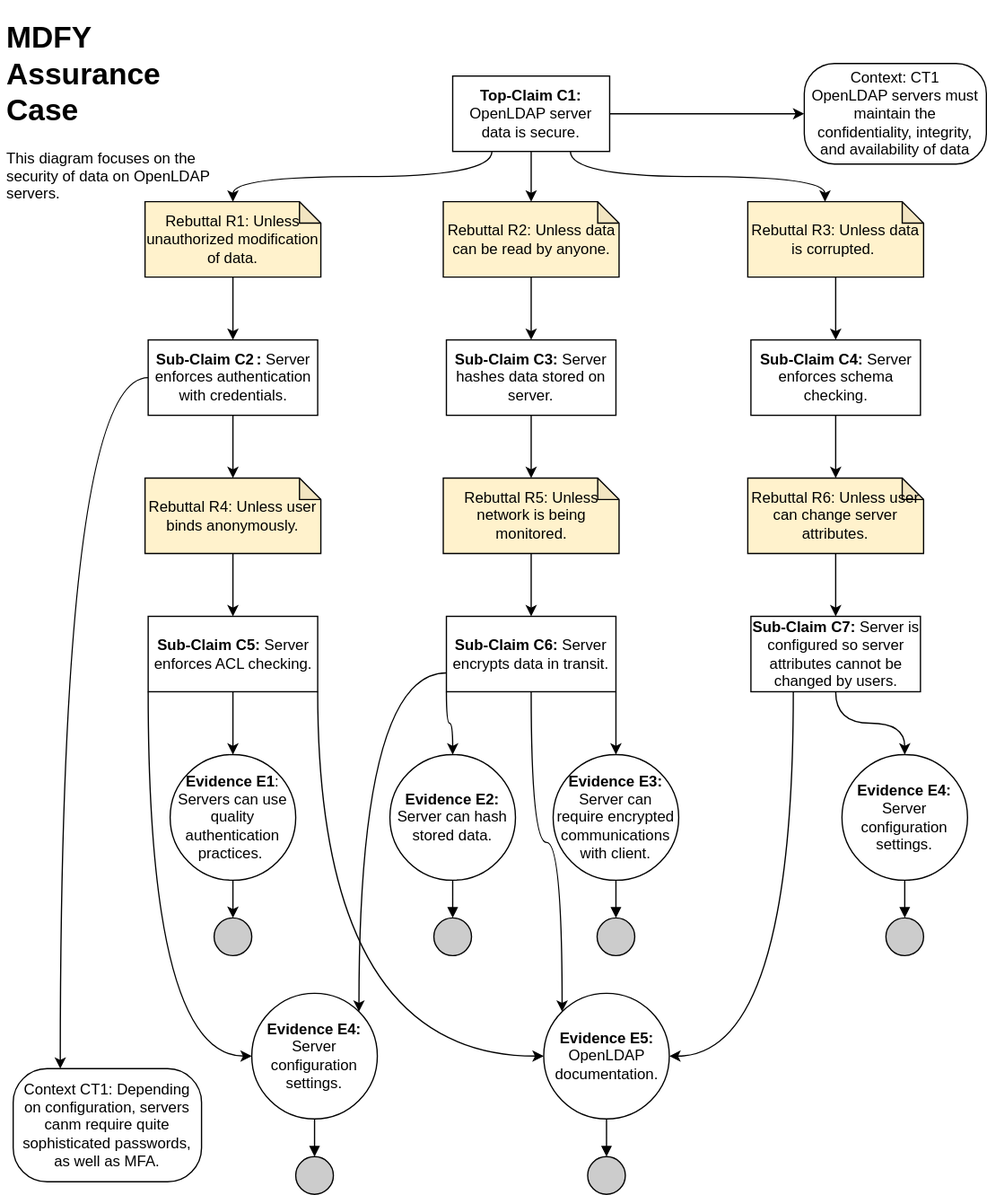
The draw.io diagram images/MDFY_Assurance_Case.drawio.svg in bartelsjoshuac/SAPG, before a commit. Source tidied: cells renumbered, new cells last; positions are measured from the earlier drawing's top-left corner, leaving out a move shared by most shapes. Its diagram source:
```xml
<mxGraphModel>
  <root>
    <mxCell id="0" />
    <mxCell id="1" parent="0" />
    <mxCell id="2" value="&lt;h1&gt;MDFY Assurance Case&lt;/h1&gt;&lt;p&gt;This diagram focuses on the security of data on OpenLDAP servers.&lt;/p&gt;" style="text;html=1;strokeColor=none;fillColor=none;spacing=5;spacingTop=-20;whiteSpace=wrap;overflow=hidden;rounded=0;" parent="1" vertex="1">
      <mxGeometry width="190" height="150" as="geometry" />
    </mxCell>
    <mxCell id="3" style="edgeStyle=orthogonalEdgeStyle;rounded=0;jettySize=auto;html=1;exitX=1;exitY=0.5;exitDx=0;exitDy=0;entryX=0;entryY=0.5;entryDx=0;entryDy=0;" parent="1" edge="1" source="5" target="6">
      <mxGeometry relative="1" as="geometry" />
    </mxCell>
    <mxCell id="4" style="edgeStyle=orthogonalEdgeStyle;rounded=0;jettySize=auto;html=1;exitX=0.25;exitY=1;exitDx=0;exitDy=0;elbow=vertical;curved=1;" parent="1" edge="1" source="5" target="16">
      <mxGeometry relative="1" as="geometry" />
    </mxCell>
    <mxCell id="5" value="&lt;b&gt;Top-Claim C1:&lt;br&gt;&lt;/b&gt;OpenLDAP server data is secure." style="rounded=0;whiteSpace=wrap;html=1;" parent="1" vertex="1">
      <mxGeometry x="360" y="50" width="125" height="60" as="geometry" />
    </mxCell>
    <mxCell id="6" value="Context: CT1&lt;br&gt;OpenLDAP servers must maintain the confidentiality, integrity, and availability of data&lt;br&gt;" style="rounded=1;whiteSpace=wrap;html=1;arcSize=30;" parent="1" vertex="1">
      <mxGeometry x="640" y="40" width="145" height="80" as="geometry" />
    </mxCell>
    <mxCell id="7" style="edgeStyle=orthogonalEdgeStyle;rounded=0;jettySize=auto;html=1;exitX=0.5;exitY=1;exitDx=0;exitDy=0;entryX=0.5;entryY=0;entryDx=0;entryDy=0;" parent="1" edge="1" source="8" target="11">
      <mxGeometry relative="1" as="geometry" />
    </mxCell>
    <mxCell id="8" value="&lt;b&gt;Evidence E1&lt;/b&gt;:&lt;br&gt;Servers can use quality authentication practices.&amp;nbsp;" style="ellipse;whiteSpace=wrap;html=1;fillColor=#ffffff;rounded=0;" parent="1" vertex="1">
      <mxGeometry x="135" y="590" width="100" height="100" as="geometry" />
    </mxCell>
    <mxCell id="9" style="edgeStyle=orthogonalEdgeStyle;curved=1;rounded=0;jettySize=auto;html=1;entryX=0.5;entryY=0;entryDx=0;entryDy=0;endArrow=block;endFill=1;" parent="1" edge="1" source="10" target="12">
      <mxGeometry relative="1" as="geometry" />
    </mxCell>
    <mxCell id="10" value="&lt;b&gt;Evidence E5:&lt;/b&gt;&lt;br&gt;OpenLDAP documentation." style="ellipse;whiteSpace=wrap;html=1;fillColor=#ffffff;rounded=0;" parent="1" vertex="1">
      <mxGeometry x="432.5" y="780" width="100" height="100" as="geometry" />
    </mxCell>
    <mxCell id="11" style="ellipse;whiteSpace=wrap;html=1;fillColor=#CCCCCC;" parent="1" vertex="1">
      <mxGeometry x="170" y="720" width="30" height="30" as="geometry" />
    </mxCell>
    <mxCell id="12" style="ellipse;whiteSpace=wrap;html=1;fillColor=#CCCCCC;" parent="1" vertex="1">
      <mxGeometry x="467.5" y="910" width="30" height="30" as="geometry" />
    </mxCell>
    <mxCell id="13" style="edgeStyle=orthogonalEdgeStyle;rounded=0;jettySize=auto;html=1;exitX=0;exitY=0.5;exitDx=0;exitDy=0;entryX=0.25;entryY=0;entryDx=0;entryDy=0;curved=1;" parent="1" edge="1" source="14" target="58">
      <mxGeometry relative="1" as="geometry" />
    </mxCell>
    <mxCell id="14" value="&lt;b&gt;Sub-Claim C2&lt;span style=&quot;white-space: pre;&quot;&gt;&#9;&lt;/span&gt;: &lt;/b&gt;Server enforces authentication with credentials." style="rounded=0;whiteSpace=wrap;html=1;" parent="1" vertex="1">
      <mxGeometry x="117.5" y="260" width="135" height="60" as="geometry" />
    </mxCell>
    <mxCell id="15" style="edgeStyle=orthogonalEdgeStyle;rounded=0;jettySize=auto;html=1;exitX=0.5;exitY=1;exitDx=0;exitDy=0;exitPerimeter=0;entryX=0.5;entryY=0;entryDx=0;entryDy=0;" parent="1" edge="1" source="16" target="14">
      <mxGeometry relative="1" as="geometry" />
    </mxCell>
    <mxCell id="16" value="Rebuttal R1: Unless unauthorized modification of data." style="shape=note;whiteSpace=wrap;html=1;backgroundOutline=1;darkOpacity=0.05;size=17;fillColor=#FFF2CC;" parent="1" vertex="1">
      <mxGeometry x="115" y="150" width="140" height="60" as="geometry" />
    </mxCell>
    <mxCell id="17" style="edgeStyle=orthogonalEdgeStyle;rounded=0;jettySize=auto;html=1;exitX=0.5;exitY=1;exitDx=0;exitDy=0;exitPerimeter=0;entryX=0.5;entryY=0;entryDx=0;entryDy=0;" parent="1" edge="1" source="18" target="23">
      <mxGeometry relative="1" as="geometry" />
    </mxCell>
    <mxCell id="18" value="Rebuttal R3: Unless data is corrupted.&amp;nbsp;" style="shape=note;whiteSpace=wrap;html=1;backgroundOutline=1;darkOpacity=0.05;size=17;fillColor=#FFF2CC;" parent="1" vertex="1">
      <mxGeometry x="595" y="150" width="140" height="60" as="geometry" />
    </mxCell>
    <mxCell id="19" style="edgeStyle=orthogonalEdgeStyle;rounded=0;jettySize=auto;html=1;exitX=0.5;exitY=1;exitDx=0;exitDy=0;exitPerimeter=0;entryX=0.5;entryY=0;entryDx=0;entryDy=0;" parent="1" edge="1" source="20" target="26">
      <mxGeometry relative="1" as="geometry" />
    </mxCell>
    <mxCell id="20" value="Rebuttal R2: Unless data can be read by anyone." style="shape=note;whiteSpace=wrap;html=1;backgroundOutline=1;darkOpacity=0.05;size=17;fillColor=#FFF2CC;" parent="1" vertex="1">
      <mxGeometry x="352.5" y="150" width="140" height="60" as="geometry" />
    </mxCell>
    <mxCell id="21" style="edgeStyle=orthogonalEdgeStyle;rounded=0;jettySize=auto;html=1;exitX=0.5;exitY=1;exitDx=0;exitDy=0;exitPerimeter=0;entryX=0.5;entryY=0;entryDx=0;entryDy=0;" parent="1" edge="1" source="22" target="31">
      <mxGeometry relative="1" as="geometry" />
    </mxCell>
    <mxCell id="22" value="Rebuttal R5: Unless network is being monitored." style="shape=note;whiteSpace=wrap;html=1;backgroundOutline=1;darkOpacity=0.05;size=17;fillColor=#FFF2CC;" parent="1" vertex="1">
      <mxGeometry x="352.5" y="370" width="140" height="60" as="geometry" />
    </mxCell>
    <mxCell id="23" value="&lt;b&gt;Sub-Claim C4: &lt;/b&gt;Server enforces schema checking." style="rounded=0;whiteSpace=wrap;html=1;" parent="1" vertex="1">
      <mxGeometry x="597.5" y="260" width="135" height="60" as="geometry" />
    </mxCell>
    <mxCell id="24" style="edgeStyle=orthogonalEdgeStyle;rounded=0;jettySize=auto;html=1;exitX=0.5;exitY=1;exitDx=0;exitDy=0;exitPerimeter=0;entryX=0.5;entryY=0;entryDx=0;entryDy=0;" parent="1" edge="1" source="25" target="35">
      <mxGeometry relative="1" as="geometry" />
    </mxCell>
    <mxCell id="25" value="Rebuttal R4: Unless user binds anonymously." style="shape=note;whiteSpace=wrap;html=1;backgroundOutline=1;darkOpacity=0.05;size=17;fillColor=#FFF2CC;" parent="1" vertex="1">
      <mxGeometry x="115" y="370" width="140" height="60" as="geometry" />
    </mxCell>
    <mxCell id="26" value="&lt;b&gt;Sub-Claim C3: &lt;/b&gt;Server hashes data stored on server." style="rounded=0;whiteSpace=wrap;html=1;" parent="1" vertex="1">
      <mxGeometry x="355" y="260" width="135" height="60" as="geometry" />
    </mxCell>
    <mxCell id="27" style="edgeStyle=orthogonalEdgeStyle;rounded=0;jettySize=auto;html=1;exitX=0;exitY=1;exitDx=0;exitDy=0;entryX=0.5;entryY=0;entryDx=0;entryDy=0;curved=1;" parent="1" edge="1" source="31" target="44">
      <mxGeometry relative="1" as="geometry" />
    </mxCell>
    <mxCell id="28" style="edgeStyle=orthogonalEdgeStyle;rounded=0;jettySize=auto;html=1;exitX=1;exitY=1;exitDx=0;exitDy=0;entryX=0.5;entryY=0;entryDx=0;entryDy=0;" parent="1" edge="1" source="31" target="47">
      <mxGeometry relative="1" as="geometry" />
    </mxCell>
    <mxCell id="29" style="edgeStyle=orthogonalEdgeStyle;rounded=0;jettySize=auto;html=1;exitX=0.5;exitY=1;exitDx=0;exitDy=0;entryX=0;entryY=0;entryDx=0;entryDy=0;curved=1;" parent="1" edge="1" source="31" target="10">
      <mxGeometry relative="1" as="geometry" />
    </mxCell>
    <mxCell id="30" style="edgeStyle=orthogonalEdgeStyle;rounded=0;jettySize=auto;html=1;exitX=0;exitY=0.75;exitDx=0;exitDy=0;entryX=1;entryY=0;entryDx=0;entryDy=0;curved=1;" parent="1" edge="1" source="31" target="56">
      <mxGeometry relative="1" as="geometry" />
    </mxCell>
    <mxCell id="31" value="&lt;b&gt;Sub-Claim C6: &lt;/b&gt;Server encrypts data in transit." style="rounded=0;whiteSpace=wrap;html=1;" parent="1" vertex="1">
      <mxGeometry x="355" y="480" width="135" height="60" as="geometry" />
    </mxCell>
    <mxCell id="32" style="edgeStyle=orthogonalEdgeStyle;rounded=0;jettySize=auto;html=1;exitX=0.5;exitY=1;exitDx=0;exitDy=0;entryX=0.5;entryY=0;entryDx=0;entryDy=0;" parent="1" edge="1" source="35" target="8">
      <mxGeometry relative="1" as="geometry" />
    </mxCell>
    <mxCell id="33" style="edgeStyle=orthogonalEdgeStyle;rounded=0;jettySize=auto;html=1;exitX=1;exitY=1;exitDx=0;exitDy=0;entryX=0;entryY=0.5;entryDx=0;entryDy=0;curved=1;" parent="1" edge="1" source="35" target="10">
      <mxGeometry relative="1" as="geometry" />
    </mxCell>
    <mxCell id="34" style="edgeStyle=orthogonalEdgeStyle;rounded=0;jettySize=auto;html=1;exitX=0;exitY=1;exitDx=0;exitDy=0;entryX=0;entryY=0.5;entryDx=0;entryDy=0;curved=1;" parent="1" edge="1" source="35" target="56">
      <mxGeometry relative="1" as="geometry" />
    </mxCell>
    <mxCell id="35" value="&lt;b&gt;Sub-Claim C5: &lt;/b&gt;Server enforces ACL checking." style="rounded=0;whiteSpace=wrap;html=1;" parent="1" vertex="1">
      <mxGeometry x="117.5" y="480" width="135" height="60" as="geometry" />
    </mxCell>
    <mxCell id="36" style="edgeStyle=orthogonalEdgeStyle;rounded=0;jettySize=auto;html=1;exitX=0.5;exitY=1;exitDx=0;exitDy=0;entryX=0.5;entryY=0;entryDx=0;entryDy=0;entryPerimeter=0;curved=1;" parent="1" edge="1" source="5" target="20">
      <mxGeometry relative="1" as="geometry" />
    </mxCell>
    <mxCell id="37" style="edgeStyle=orthogonalEdgeStyle;rounded=0;jettySize=auto;html=1;exitX=0.5;exitY=1;exitDx=0;exitDy=0;entryX=0.5;entryY=0;entryDx=0;entryDy=0;entryPerimeter=0;" parent="1" edge="1" source="14" target="25">
      <mxGeometry relative="1" as="geometry" />
    </mxCell>
    <mxCell id="38" style="edgeStyle=orthogonalEdgeStyle;rounded=0;jettySize=auto;html=1;exitX=0.5;exitY=1;exitDx=0;exitDy=0;entryX=0.5;entryY=0;entryDx=0;entryDy=0;entryPerimeter=0;" parent="1" edge="1" source="26" target="22">
      <mxGeometry relative="1" as="geometry" />
    </mxCell>
    <mxCell id="39" style="edgeStyle=orthogonalEdgeStyle;rounded=0;jettySize=auto;html=1;exitX=0.75;exitY=1;exitDx=0;exitDy=0;entryX=0;entryY=0;entryDx=61.5;entryDy=0;entryPerimeter=0;curved=1;" parent="1" edge="1" source="5" target="18">
      <mxGeometry relative="1" as="geometry" />
    </mxCell>
    <mxCell id="40" style="edgeStyle=orthogonalEdgeStyle;curved=1;rounded=0;jettySize=auto;html=1;entryX=0.5;entryY=0;entryDx=0;entryDy=0;endArrow=block;endFill=1;" parent="1" edge="1" source="41" target="42">
      <mxGeometry relative="1" as="geometry" />
    </mxCell>
    <mxCell id="41" value="&lt;b&gt;Evidence E4: &lt;/b&gt;Server configuration settings." style="ellipse;whiteSpace=wrap;html=1;fillColor=#ffffff;rounded=0;" parent="1" vertex="1">
      <mxGeometry x="670" y="590" width="100" height="100" as="geometry" />
    </mxCell>
    <mxCell id="42" style="ellipse;whiteSpace=wrap;html=1;fillColor=#CCCCCC;" parent="1" vertex="1">
      <mxGeometry x="705" y="720" width="30" height="30" as="geometry" />
    </mxCell>
    <mxCell id="43" style="edgeStyle=orthogonalEdgeStyle;curved=1;rounded=0;jettySize=auto;html=1;entryX=0.5;entryY=0;entryDx=0;entryDy=0;endArrow=block;endFill=1;" parent="1" edge="1" source="44" target="45">
      <mxGeometry relative="1" as="geometry" />
    </mxCell>
    <mxCell id="44" value="&lt;b&gt;Evidence E2:&lt;/b&gt;&lt;br&gt;Server can hash stored data." style="ellipse;whiteSpace=wrap;html=1;fillColor=#ffffff;rounded=0;" parent="1" vertex="1">
      <mxGeometry x="310" y="590" width="100" height="100" as="geometry" />
    </mxCell>
    <mxCell id="45" style="ellipse;whiteSpace=wrap;html=1;fillColor=#CCCCCC;" parent="1" vertex="1">
      <mxGeometry x="345" y="720" width="30" height="30" as="geometry" />
    </mxCell>
    <mxCell id="46" style="edgeStyle=orthogonalEdgeStyle;curved=1;rounded=0;jettySize=auto;html=1;entryX=0.5;entryY=0;entryDx=0;entryDy=0;endArrow=block;endFill=1;" parent="1" edge="1" source="47" target="48">
      <mxGeometry relative="1" as="geometry" />
    </mxCell>
    <mxCell id="47" value="&lt;b&gt;Evidence E3:&lt;/b&gt;&lt;br&gt;Server can require encrypted communications with client." style="ellipse;whiteSpace=wrap;html=1;fillColor=#ffffff;rounded=0;" parent="1" vertex="1">
      <mxGeometry x="440" y="590" width="100" height="100" as="geometry" />
    </mxCell>
    <mxCell id="48" style="ellipse;whiteSpace=wrap;html=1;fillColor=#CCCCCC;" parent="1" vertex="1">
      <mxGeometry x="475" y="720" width="30" height="30" as="geometry" />
    </mxCell>
    <mxCell id="49" style="edgeStyle=orthogonalEdgeStyle;rounded=0;jettySize=auto;html=1;exitX=0.5;exitY=1;exitDx=0;exitDy=0;exitPerimeter=0;entryX=0.5;entryY=0;entryDx=0;entryDy=0;" parent="1" edge="1" source="50" target="54">
      <mxGeometry relative="1" as="geometry" />
    </mxCell>
    <mxCell id="50" value="Rebuttal R6: Unless user can change server attributes." style="shape=note;whiteSpace=wrap;html=1;backgroundOutline=1;darkOpacity=0.05;size=17;fillColor=#FFF2CC;" parent="1" vertex="1">
      <mxGeometry x="595" y="370" width="140" height="60" as="geometry" />
    </mxCell>
    <mxCell id="51" style="edgeStyle=orthogonalEdgeStyle;rounded=0;jettySize=auto;html=1;exitX=0.5;exitY=1;exitDx=0;exitDy=0;entryX=0.5;entryY=0;entryDx=0;entryDy=0;entryPerimeter=0;" parent="1" edge="1" source="23" target="50">
      <mxGeometry relative="1" as="geometry" />
    </mxCell>
    <mxCell id="52" style="edgeStyle=orthogonalEdgeStyle;rounded=0;jettySize=auto;html=1;exitX=0.5;exitY=1;exitDx=0;exitDy=0;entryX=0.5;entryY=0;entryDx=0;entryDy=0;curved=1;" parent="1" edge="1" source="54" target="41">
      <mxGeometry relative="1" as="geometry" />
    </mxCell>
    <mxCell id="53" style="edgeStyle=orthogonalEdgeStyle;rounded=0;jettySize=auto;html=1;exitX=0.25;exitY=1;exitDx=0;exitDy=0;entryX=1;entryY=0.5;entryDx=0;entryDy=0;curved=1;" parent="1" edge="1" source="54" target="10">
      <mxGeometry relative="1" as="geometry" />
    </mxCell>
    <mxCell id="54" value="&lt;b&gt;Sub-Claim C7: &lt;/b&gt;Server is configured so server attributes cannot be changed by users." style="rounded=0;whiteSpace=wrap;html=1;" parent="1" vertex="1">
      <mxGeometry x="597.5" y="480" width="135" height="60" as="geometry" />
    </mxCell>
    <mxCell id="55" style="edgeStyle=orthogonalEdgeStyle;curved=1;rounded=0;jettySize=auto;html=1;entryX=0.5;entryY=0;entryDx=0;entryDy=0;endArrow=block;endFill=1;" parent="1" edge="1" source="56" target="57">
      <mxGeometry relative="1" as="geometry" />
    </mxCell>
    <mxCell id="56" value="&lt;b&gt;Evidence E4: &lt;/b&gt;Server configuration settings." style="ellipse;whiteSpace=wrap;html=1;fillColor=#ffffff;rounded=0;" parent="1" vertex="1">
      <mxGeometry x="200" y="780" width="100" height="100" as="geometry" />
    </mxCell>
    <mxCell id="57" style="ellipse;whiteSpace=wrap;html=1;fillColor=#CCCCCC;" parent="1" vertex="1">
      <mxGeometry x="235" y="910" width="30" height="30" as="geometry" />
    </mxCell>
    <mxCell id="58" value="Context CT1: Depending on configuration, servers canm require quite sophisticated passwords, as well as MFA." style="rounded=1;whiteSpace=wrap;html=1;arcSize=30;" parent="1" vertex="1">
      <mxGeometry x="10" y="840" width="150" height="90" as="geometry" />
    </mxCell>
  </root>
</mxGraphModel>
```
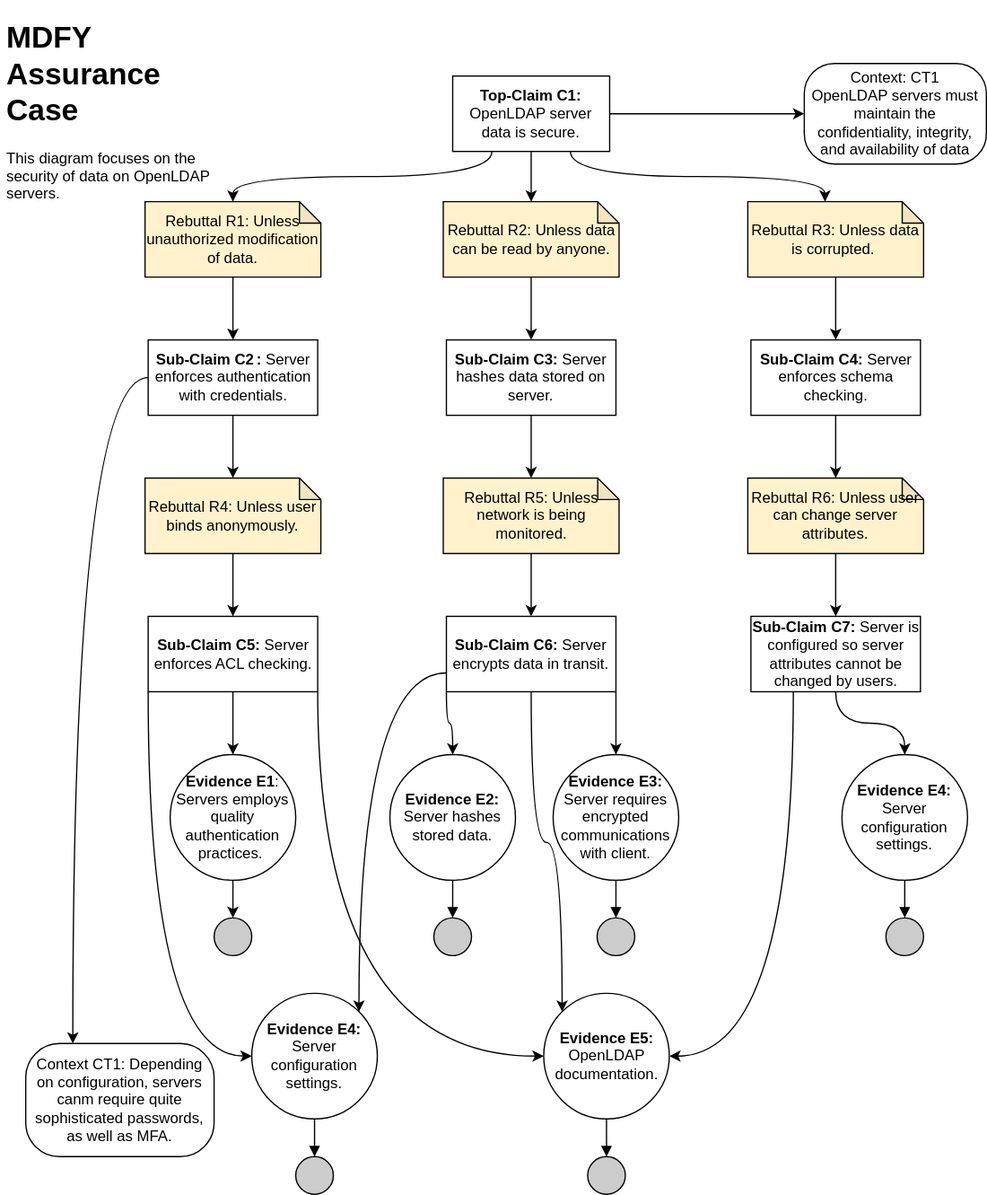
Later version of the same file.

Diff of the diagram source:
```diff
@@ -20,7 +20,7 @@
     <mxCell id="7" style="edgeStyle=orthogonalEdgeStyle;rounded=0;jettySize=auto;html=1;exitX=0.5;exitY=1;exitDx=0;exitDy=0;entryX=0.5;entryY=0;entryDx=0;entryDy=0;" parent="1" edge="1" source="8" target="11">
       <mxGeometry relative="1" as="geometry" />
     </mxCell>
-    <mxCell id="8" value="&lt;b&gt;Evidence E1&lt;/b&gt;:&lt;br&gt;Servers can use quality authentication practices.&amp;nbsp;" style="ellipse;whiteSpace=wrap;html=1;fillColor=#ffffff;rounded=0;" parent="1" vertex="1">
+    <mxCell id="8" value="&lt;b&gt;Evidence E1&lt;/b&gt;:&lt;br&gt;Servers employs quality authentication practices.&amp;nbsp;" style="ellipse;whiteSpace=wrap;html=1;fillColor=#ffffff;rounded=0;" parent="1" vertex="1">
       <mxGeometry x="135" y="590" width="100" height="100" as="geometry" />
     </mxCell>
     <mxCell id="9" style="edgeStyle=orthogonalEdgeStyle;curved=1;rounded=0;jettySize=auto;html=1;entryX=0.5;entryY=0;entryDx=0;entryDy=0;endArrow=block;endFill=1;" parent="1" edge="1" source="10" target="12">
@@ -128,7 +128,7 @@
     <mxCell id="43" style="edgeStyle=orthogonalEdgeStyle;curved=1;rounded=0;jettySize=auto;html=1;entryX=0.5;entryY=0;entryDx=0;entryDy=0;endArrow=block;endFill=1;" parent="1" edge="1" source="44" target="45">
       <mxGeometry relative="1" as="geometry" />
     </mxCell>
-    <mxCell id="44" value="&lt;b&gt;Evidence E2:&lt;/b&gt;&lt;br&gt;Server can hash stored data." style="ellipse;whiteSpace=wrap;html=1;fillColor=#ffffff;rounded=0;" parent="1" vertex="1">
+    <mxCell id="44" value="&lt;b&gt;Evidence E2:&lt;/b&gt;&lt;br&gt;Server hashes stored data." style="ellipse;whiteSpace=wrap;html=1;fillColor=#ffffff;rounded=0;" parent="1" vertex="1">
       <mxGeometry x="310" y="590" width="100" height="100" as="geometry" />
     </mxCell>
     <mxCell id="45" style="ellipse;whiteSpace=wrap;html=1;fillColor=#CCCCCC;" parent="1" vertex="1">
@@ -137,7 +137,7 @@
     <mxCell id="46" style="edgeStyle=orthogonalEdgeStyle;curved=1;rounded=0;jettySize=auto;html=1;entryX=0.5;entryY=0;entryDx=0;entryDy=0;endArrow=block;endFill=1;" parent="1" edge="1" source="47" target="48">
       <mxGeometry relative="1" as="geometry" />
     </mxCell>
-    <mxCell id="47" value="&lt;b&gt;Evidence E3:&lt;/b&gt;&lt;br&gt;Server can require encrypted communications with client." style="ellipse;whiteSpace=wrap;html=1;fillColor=#ffffff;rounded=0;" parent="1" vertex="1">
+    <mxCell id="47" value="&lt;b&gt;Evidence E3:&lt;/b&gt;&lt;br&gt;Server requires encrypted communications with client." style="ellipse;whiteSpace=wrap;html=1;fillColor=#ffffff;rounded=0;" parent="1" vertex="1">
       <mxGeometry x="440" y="590" width="100" height="100" as="geometry" />
     </mxCell>
     <mxCell id="48" style="ellipse;whiteSpace=wrap;html=1;fillColor=#CCCCCC;" parent="1" vertex="1">
@@ -171,7 +171,7 @@
       <mxGeometry x="235" y="910" width="30" height="30" as="geometry" />
     </mxCell>
     <mxCell id="58" value="Context CT1: Depending on configuration, servers canm require quite sophisticated passwords, as well as MFA." style="rounded=1;whiteSpace=wrap;html=1;arcSize=30;" parent="1" vertex="1">
-      <mxGeometry x="10" y="840" width="150" height="90" as="geometry" />
+      <mxGeometry x="20" y="820" width="150" height="90" as="geometry" />
     </mxCell>
   </root>
 </mxGraphModel>
```
